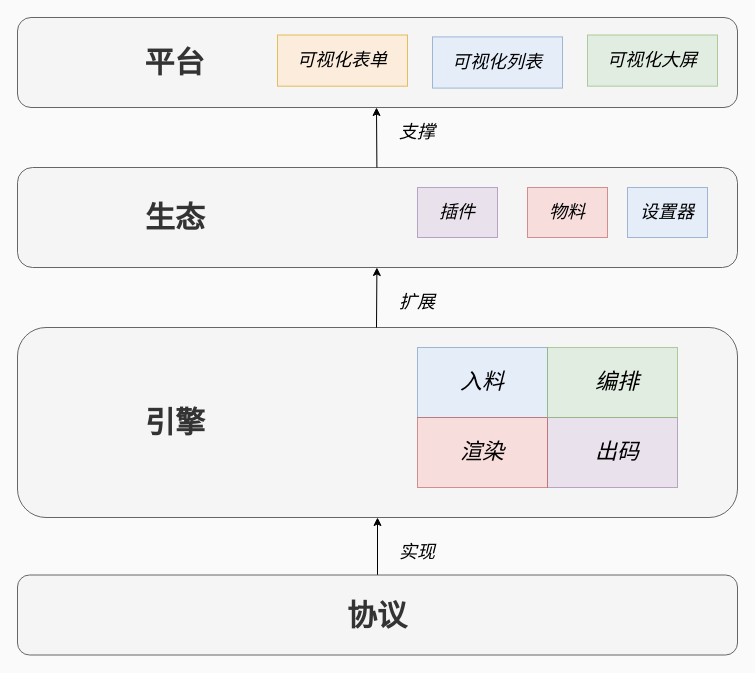
tangyaosimida/love keeps this draw.io diagram as 未命名绘图.drawio. Above is the earlier version. Source tidied: cells renumbered, new cells numbered last; positions are measured from the earlier drawing's top-left corner, leaving out a move shared by most shapes. Both pictures are drawn from the tidied source at 100%, with x=0, y=0 at pixel (17, 17).
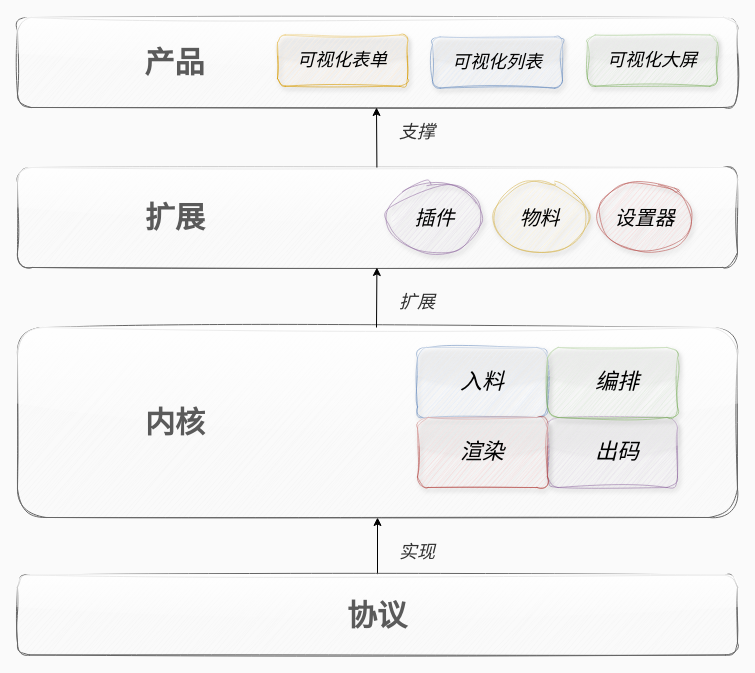
The same page after the edit.

Commit message:
低代码架构图.drawio

What changed in the source:
```diff
@@
-    <mxCell id="3" style="rounded=1;whiteSpace=wrap;html=1;fillColor=#f5f5f5;fontColor=#333333;strokeColor=#666666;" parent="1" vertex="1">
+    <mxCell id="3" style="rounded=1;whiteSpace=wrap;html=1;fillColor=#f5f5f5;fontColor=#333333;strokeColor=#666666;glass=1;sketch=1;curveFitting=1;jiggle=2;" parent="1" vertex="1">
       <mxGeometry y="557.5" width="720" height="80" as="geometry" />
     </mxCell>
-    <mxCell id="4" style="rounded=1;whiteSpace=wrap;html=1;fillColor=#f5f5f5;fontColor=#333333;strokeColor=#666666;" parent="1" vertex="1">
+    <mxCell id="4" style="rounded=1;whiteSpace=wrap;fillColor=#f5f5f5;fontColor=#333333;strokeColor=#666666;glass=1;sketch=1;curveFitting=1;jiggle=2;" parent="1" vertex="1">
       <mxGeometry y="310" width="720" height="190" as="geometry" />
     </mxCell>
-    <mxCell id="5" style="rounded=1;whiteSpace=wrap;html=1;fillColor=#f5f5f5;fontColor=#333333;strokeColor=#666666;" parent="1" vertex="1">
+    <mxCell id="5" style="rounded=1;whiteSpace=wrap;html=1;fillColor=#f5f5f5;fontColor=#333333;strokeColor=#666666;glass=1;sketch=1;curveFitting=1;jiggle=2;" parent="1" vertex="1">
       <mxGeometry y="150" width="720" height="100" as="geometry" />
     </mxCell>
-    <mxCell id="6" style="rounded=1;whiteSpace=wrap;html=1;fillColor=#f5f5f5;fontColor=#333333;strokeColor=#666666;" parent="1" vertex="1">
+    <mxCell id="6" style="rounded=1;whiteSpace=wrap;html=1;fillColor=#f5f5f5;fontColor=#333333;strokeColor=#666666;glass=1;shadow=0;sketch=1;curveFitting=1;jiggle=2;" parent="1" vertex="1">
       <mxGeometry width="720" height="90" as="geometry" />
     </mxCell>
@@
-    <mxCell id="9" style="rounded=0;whiteSpace=wrap;html=1;fillColor=#dae8fc;strokeColor=#6c8ebf;opacity=60;" parent="1" vertex="1">
+    <mxCell id="9" style="rounded=1;whiteSpace=wrap;html=1;fillColor=#dae8fc;strokeColor=#6c8ebf;opacity=60;sketch=1;curveFitting=1;jiggle=2;shadow=1;glass=1;" parent="1" vertex="1">
       <mxGeometry x="400" y="330" width="130" height="70" as="geometry" />
     </mxCell>
-    <mxCell id="10" style="rounded=0;whiteSpace=wrap;html=1;fillColor=#e1d5e7;strokeColor=#9673a6;opacity=60;" parent="1" vertex="1">
+    <mxCell id="10" style="rounded=1;whiteSpace=wrap;html=1;fillColor=#e1d5e7;strokeColor=#9673a6;opacity=60;glass=1;sketch=1;curveFitting=1;jiggle=2;shadow=1;" parent="1" vertex="1">
       <mxGeometry x="530" y="400" width="130" height="70" as="geometry" />
     </mxCell>
-    <mxCell id="11" style="rounded=0;whiteSpace=wrap;html=1;fillColor=#f8cecc;strokeColor=#b85450;opacity=60;" parent="1" vertex="1">
+    <mxCell id="11" style="rounded=1;whiteSpace=wrap;html=1;fillColor=#f8cecc;strokeColor=#b85450;opacity=60;sketch=1;curveFitting=1;jiggle=2;shadow=1;glass=1;" parent="1" vertex="1">
       <mxGeometry x="400" y="400" width="130" height="70" as="geometry" />
     </mxCell>
-    <mxCell id="12" style="rounded=0;whiteSpace=wrap;html=1;fillColor=#d5e8d4;strokeColor=#82b366;opacity=60;" parent="1" vertex="1">
+    <mxCell id="12" style="rounded=1;whiteSpace=wrap;html=1;fillColor=#d5e8d4;strokeColor=#82b366;opacity=60;shadow=1;sketch=1;curveFitting=1;jiggle=2;glass=1;" parent="1" vertex="1">
       <mxGeometry x="530" y="330" width="130" height="70" as="geometry" />
     </mxCell>
-    <mxCell id="13" value="入料" style="text;html=1;strokeColor=none;fillColor=none;align=center;verticalAlign=middle;whiteSpace=wrap;rounded=0;labelBorderColor=none;fontSize=22;opacity=60;fontStyle=2;" parent="1" vertex="1">
+    <mxCell id="13" value="入料" style="text;html=1;strokeColor=none;fillColor=none;align=center;verticalAlign=middle;whiteSpace=wrap;rounded=1;labelBorderColor=none;fontSize=22;opacity=60;fontStyle=2;glass=1;sketch=1;curveFitting=1;jiggle=2;shadow=1;" parent="1" vertex="1">
       <mxGeometry x="435" y="350" width="60" height="30" as="geometry" />
     </mxCell>
@@
-    <mxCell id="17" value="引擎" style="text;strokeColor=none;fillColor=none;align=center;verticalAlign=middle;whiteSpace=wrap;rounded=0;labelBorderColor=none;fontSize=30;fontStyle=1;fontColor=#333;" parent="1" vertex="1">
+    <mxCell id="17" value="内核" style="text;strokeColor=none;fillColor=none;align=center;verticalAlign=middle;whiteSpace=wrap;rounded=0;labelBorderColor=none;fontSize=30;fontStyle=1;fontColor=#333;textOpacity=80;" parent="1" vertex="1">
       <mxGeometry x="102.5" y="377.5" width="110" height="55" as="geometry" />
     </mxCell>
-    <mxCell id="18" value="生态" style="text;html=1;strokeColor=none;fillColor=none;align=center;verticalAlign=middle;whiteSpace=wrap;rounded=0;fontSize=30;fontStyle=1;fontColor=#333;" parent="1" vertex="1">
+    <mxCell id="18" value="扩展" style="text;html=1;strokeColor=none;fillColor=none;align=center;verticalAlign=middle;whiteSpace=wrap;rounded=0;fontSize=30;fontStyle=1;fontColor=#333;textOpacity=80;" parent="1" vertex="1">
       <mxGeometry x="102.5" y="170" width="110" height="60" as="geometry" />
     </mxCell>
-    <mxCell id="19" value="&lt;font color=&quot;#333333&quot;&gt;协议&lt;/font&gt;" style="text;html=1;strokeColor=none;fillColor=none;align=center;verticalAlign=middle;whiteSpace=wrap;rounded=0;fontSize=30;fontStyle=1;" parent="1" vertex="1">
+    <mxCell id="19" value="&lt;font color=&quot;#333333&quot;&gt;协议&lt;/font&gt;" style="text;html=1;strokeColor=none;fillColor=none;align=center;verticalAlign=middle;whiteSpace=wrap;rounded=0;fontSize=30;fontStyle=1;textOpacity=80;" parent="1" vertex="1">
       <mxGeometry x="270" y="580" width="180" height="35" as="geometry" />
     </mxCell>
-    <mxCell id="20" value="插件" style="rounded=0;whiteSpace=wrap;html=1;fontSize=18;fillColor=#e1d5e7;strokeColor=#9673a6;opacity=60;fontStyle=2;" parent="1" vertex="1">
-      <mxGeometry x="400" y="170" width="80" height="50" as="geometry" />
-    </mxCell>
-    <mxCell id="21" value="物料" style="rounded=0;whiteSpace=wrap;html=1;fontSize=18;fillColor=#f8cecc;strokeColor=#b85450;opacity=60;fontStyle=2;" parent="1" vertex="1">
-      <mxGeometry x="510" y="170" width="80" height="50" as="geometry" />
-    </mxCell>
-    <mxCell id="22" value="设置器" style="rounded=0;whiteSpace=wrap;html=1;fontSize=18;fillColor=#dae8fc;strokeColor=#6c8ebf;opacity=60;fontStyle=2;" parent="1" vertex="1">
-      <mxGeometry x="610" y="170" width="80" height="50" as="geometry" />
-    </mxCell>
-    <mxCell id="23" value="&lt;font color=&quot;#333333&quot;&gt;平台&lt;/font&gt;" style="text;html=1;strokeColor=none;fillColor=none;align=center;verticalAlign=middle;whiteSpace=wrap;rounded=0;fontSize=30;fontStyle=1;fontColor=#666;" parent="1" vertex="1">
+    <mxCell id="23" value="&lt;font color=&quot;#333333&quot;&gt;产品&lt;/font&gt;" style="text;html=1;strokeColor=none;fillColor=none;align=center;verticalAlign=middle;whiteSpace=wrap;rounded=0;fontSize=30;fontStyle=1;fontColor=#666;glass=0;shadow=0;textOpacity=80;" parent="1" vertex="1">
       <mxGeometry x="110" y="17.5" width="95" height="55" as="geometry" />
     </mxCell>
-    <mxCell id="24" value="&lt;font style=&quot;font-size: 18px;&quot;&gt;可视化表单&lt;/font&gt;" style="rounded=0;whiteSpace=wrap;html=1;fontSize=18;fillColor=#ffe6cc;strokeColor=#d79b00;opacity=60;fontStyle=2;" parent="1" vertex="1">
+    <mxCell id="24" value="&lt;font style=&quot;font-size: 18px;&quot;&gt;可视化表单&lt;/font&gt;" style="rounded=1;whiteSpace=wrap;html=1;fontSize=18;fillColor=#ffe6cc;strokeColor=#d79b00;opacity=60;fontStyle=2;sketch=1;curveFitting=1;jiggle=2;shadow=1;glass=1;" parent="1" vertex="1">
       <mxGeometry x="260" y="17.5" width="130" height="51.2" as="geometry" />
     </mxCell>
-    <mxCell id="25" value="&lt;font style=&quot;font-size: 18px;&quot;&gt;可视化列表&lt;/font&gt;" style="rounded=0;whiteSpace=wrap;html=1;fontSize=18;fillColor=#dae8fc;strokeColor=#6c8ebf;opacity=60;fontStyle=2;" parent="1" vertex="1">
+    <mxCell id="25" value="&lt;font style=&quot;font-size: 18px;&quot;&gt;可视化列表&lt;/font&gt;" style="rounded=1;whiteSpace=wrap;html=1;fontSize=18;fillColor=#dae8fc;strokeColor=#6c8ebf;opacity=60;fontStyle=2;glass=1;sketch=1;curveFitting=1;jiggle=2;shadow=1;" parent="1" vertex="1">
       <mxGeometry x="415" y="19.4" width="130" height="51.2" as="geometry" />
     </mxCell>
-    <mxCell id="26" value="&lt;font style=&quot;font-size: 18px;&quot;&gt;可视化大屏&lt;/font&gt;" style="rounded=0;whiteSpace=wrap;html=1;fontSize=18;fillColor=#d5e8d4;strokeColor=#82b366;opacity=60;fontStyle=2;" parent="1" vertex="1">
+    <mxCell id="26" value="&lt;font style=&quot;font-size: 18px;&quot;&gt;可视化大屏&lt;/font&gt;" style="rounded=1;whiteSpace=wrap;html=1;fontSize=18;fillColor=#d5e8d4;strokeColor=#82b366;opacity=60;fontStyle=2;sketch=1;curveFitting=1;jiggle=2;shadow=1;glass=1;" parent="1" vertex="1">
       <mxGeometry x="570" y="17.5" width="130" height="51.2" as="geometry" />
     </mxCell>
-    <mxCell id="27" value="实现" style="text;html=1;strokeColor=none;fillColor=none;align=center;verticalAlign=middle;whiteSpace=wrap;rounded=0;fontSize=18;fontStyle=2;" parent="1" vertex="1">
+    <mxCell id="27" value="实现" style="text;html=1;strokeColor=none;fillColor=none;align=center;verticalAlign=middle;whiteSpace=wrap;rounded=0;fontSize=18;fontStyle=2;textOpacity=80;" parent="1" vertex="1">
       <mxGeometry x="370" y="520" width="60" height="30" as="geometry" />
     </mxCell>
-    <mxCell id="28" value="扩展" style="text;html=1;strokeColor=none;fillColor=none;align=center;verticalAlign=middle;whiteSpace=wrap;rounded=0;fontSize=18;fontStyle=2;" parent="1" vertex="1">
+    <mxCell id="28" value="扩展" style="text;html=1;strokeColor=none;fillColor=none;align=center;verticalAlign=middle;whiteSpace=wrap;rounded=0;fontSize=18;fontStyle=2;textOpacity=80;" parent="1" vertex="1">
       <mxGeometry x="370" y="270" width="60" height="30" as="geometry" />
     </mxCell>
-    <mxCell id="29" value="支撑" style="text;html=1;strokeColor=none;fillColor=none;align=center;verticalAlign=middle;whiteSpace=wrap;rounded=0;fontSize=18;fontStyle=2;" parent="1" vertex="1">
+    <mxCell id="29" value="支撑" style="text;html=1;strokeColor=none;fillColor=none;align=center;verticalAlign=middle;whiteSpace=wrap;rounded=0;fontSize=18;fontStyle=2;glass=0;shadow=0;textOpacity=80;" parent="1" vertex="1">
       <mxGeometry x="370" y="100" width="60" height="30" as="geometry" />
     </mxCell>
+    <mxCell id="20" value="&lt;font style=&quot;font-size: 20px;&quot;&gt;插件&lt;/font&gt;" style="ellipse;whiteSpace=wrap;html=1;fontStyle=2;fillColor=#e1d5e7;strokeColor=#9673a6;opacity=60;sketch=1;curveFitting=1;jiggle=2;shadow=1;" parent="1" vertex="1">
+      <mxGeometry x="370" y="165" width="95" height="70" as="geometry" />
+    </mxCell>
+    <mxCell id="21" value="&lt;font style=&quot;font-size: 20px;&quot;&gt;物料&lt;/font&gt;" style="ellipse;whiteSpace=wrap;html=1;fontStyle=2;fillColor=#fff2cc;strokeColor=#d6b656;opacity=60;sketch=1;curveFitting=1;jiggle=2;shadow=1;" parent="1" vertex="1">
+      <mxGeometry x="475" y="165" width="95" height="70" as="geometry" />
+    </mxCell>
+    <mxCell id="22" value="&lt;font style=&quot;font-size: 20px;&quot;&gt;设置器&lt;/font&gt;" style="ellipse;whiteSpace=wrap;html=1;fontStyle=2;fillColor=#f8cecc;strokeColor=#b85450;opacity=60;sketch=1;curveFitting=1;jiggle=2;shadow=1;" parent="1" vertex="1">
+      <mxGeometry x="580" y="165" width="95" height="70" as="geometry" />
+    </mxCell>
```
